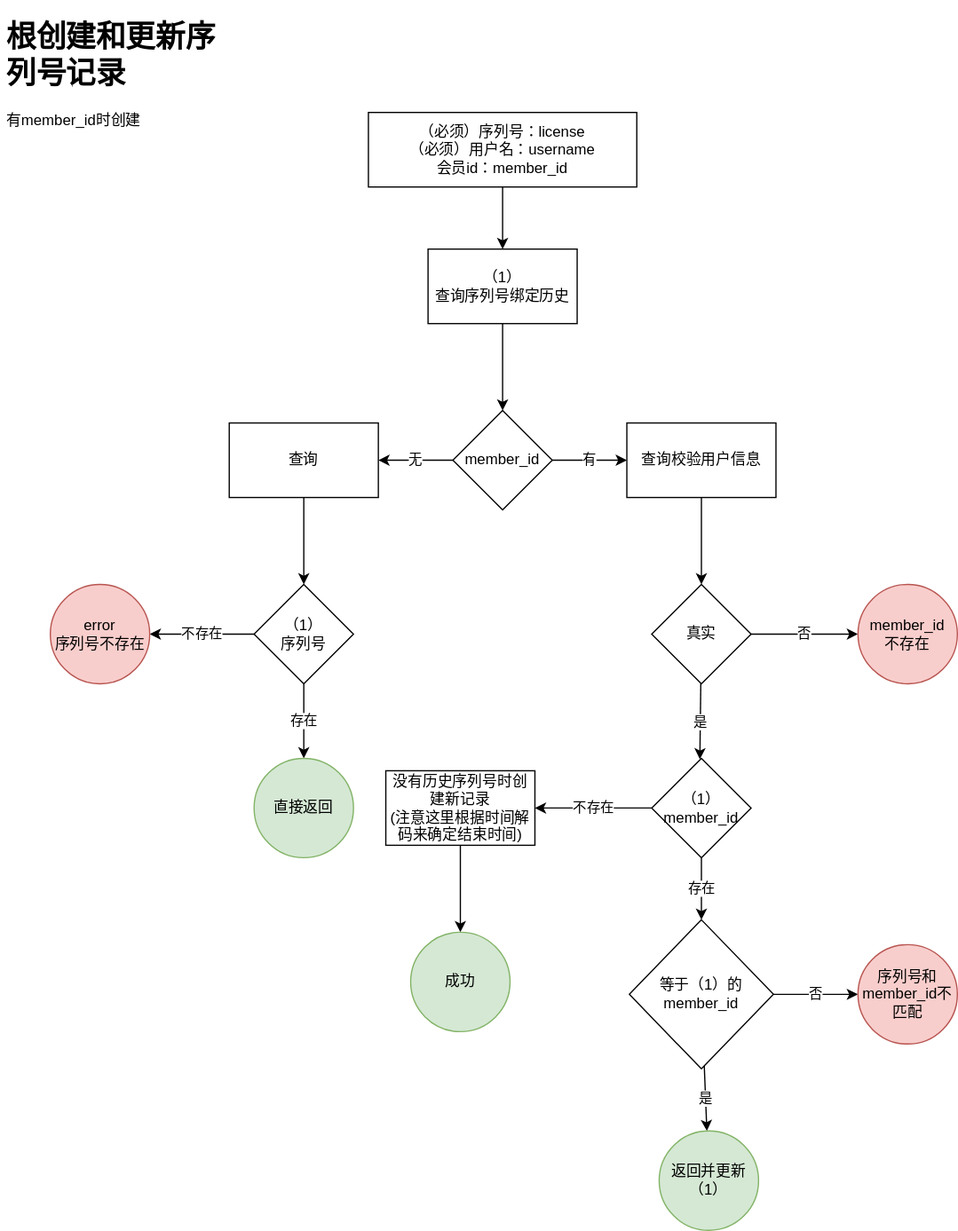
This is dawenxiArt/CUSerialCode.svg from eightfeet/mind, a draw.io export, as it was before one commit. Source tidied: cells renumbered, new cells last; positions are measured from the earlier drawing's top-left corner, leaving out a move shared by most shapes. The source it was exported from:
```xml
<mxGraphModel>
  <root>
    <mxCell id="0" />
    <mxCell id="1" parent="0" />
    <mxCell id="2" style="edgeStyle=none;html=1;" parent="1" edge="1" source="3" target="6">
      <mxGeometry relative="1" as="geometry" />
    </mxCell>
    <mxCell id="3" value="（必须）序列号：license&lt;br&gt;（必须）用户名：username&lt;br&gt;会员id：member_id" style="rounded=0;whiteSpace=wrap;html=1;" parent="1" vertex="1">
      <mxGeometry x="296" y="80" width="216" height="60" as="geometry" />
    </mxCell>
    <mxCell id="4" value="&lt;h1&gt;根创建和更新序列号记录&lt;/h1&gt;&lt;p&gt;有member_id时创建&lt;/p&gt;" style="text;html=1;strokeColor=none;fillColor=none;spacing=5;spacingTop=-20;whiteSpace=wrap;overflow=hidden;rounded=0;" parent="1" vertex="1">
      <mxGeometry width="190" height="120" as="geometry" />
    </mxCell>
    <mxCell id="5" style="edgeStyle=none;html=1;" parent="1" edge="1" source="6" target="9">
      <mxGeometry relative="1" as="geometry" />
    </mxCell>
    <mxCell id="6" value="（1）&lt;br&gt;查询序列号绑定历史" style="whiteSpace=wrap;html=1;rounded=0;" parent="1" vertex="1">
      <mxGeometry x="344" y="190" width="120" height="60" as="geometry" />
    </mxCell>
    <mxCell id="7" value="无" style="edgeStyle=none;html=1;" parent="1" edge="1" source="9" target="11">
      <mxGeometry relative="1" as="geometry" />
    </mxCell>
    <mxCell id="8" value="有" style="edgeStyle=none;html=1;" parent="1" edge="1" source="9" target="13">
      <mxGeometry relative="1" as="geometry" />
    </mxCell>
    <mxCell id="9" value="member_id" style="rhombus;whiteSpace=wrap;html=1;rounded=0;" parent="1" vertex="1">
      <mxGeometry x="364" y="320" width="80" height="80" as="geometry" />
    </mxCell>
    <mxCell id="10" style="edgeStyle=none;html=1;" parent="1" edge="1" source="11" target="16">
      <mxGeometry relative="1" as="geometry" />
    </mxCell>
    <mxCell id="11" value="查询" style="whiteSpace=wrap;html=1;rounded=0;" parent="1" vertex="1">
      <mxGeometry x="184" y="330" width="120" height="60" as="geometry" />
    </mxCell>
    <mxCell id="12" style="edgeStyle=none;html=1;" parent="1" edge="1" source="13" target="21">
      <mxGeometry relative="1" as="geometry" />
    </mxCell>
    <mxCell id="13" value="查询校验用户信息" style="whiteSpace=wrap;html=1;rounded=0;" parent="1" vertex="1">
      <mxGeometry x="504" y="330" width="120" height="60" as="geometry" />
    </mxCell>
    <mxCell id="14" value="存在" style="edgeStyle=none;html=1;" parent="1" edge="1" source="16" target="17">
      <mxGeometry relative="1" as="geometry" />
    </mxCell>
    <mxCell id="15" value="不存在" style="edgeStyle=none;html=1;entryX=1;entryY=0.5;entryDx=0;entryDy=0;" parent="1" edge="1" target="18">
      <mxGeometry relative="1" as="geometry">
        <mxPoint x="204" y="500" as="sourcePoint" />
      </mxGeometry>
    </mxCell>
    <mxCell id="16" value="（1）&lt;br&gt;序列号" style="rhombus;whiteSpace=wrap;html=1;rounded=0;" parent="1" vertex="1">
      <mxGeometry x="204" y="460" width="80" height="80" as="geometry" />
    </mxCell>
    <mxCell id="17" value="直接返回" style="ellipse;whiteSpace=wrap;html=1;rounded=0;fillColor=#d5e8d4;strokeColor=#82b366;" parent="1" vertex="1">
      <mxGeometry x="204" y="600" width="80" height="80" as="geometry" />
    </mxCell>
    <mxCell id="18" value="error&lt;br&gt;序列号不存在" style="ellipse;whiteSpace=wrap;html=1;fillColor=#f8cecc;strokeColor=#b85450;" parent="1" vertex="1">
      <mxGeometry x="40" y="460" width="80" height="80" as="geometry" />
    </mxCell>
    <mxCell id="19" value="是" style="edgeStyle=none;html=1;" parent="1" edge="1" source="21">
      <mxGeometry relative="1" as="geometry">
        <mxPoint x="562.7" y="600.8" as="targetPoint" />
      </mxGeometry>
    </mxCell>
    <mxCell id="20" value="否" style="edgeStyle=none;html=1;exitX=1;exitY=0.5;exitDx=0;exitDy=0;" parent="1" edge="1" source="21" target="33">
      <mxGeometry relative="1" as="geometry" />
    </mxCell>
    <mxCell id="21" value="真实" style="rhombus;whiteSpace=wrap;html=1;rounded=0;" parent="1" vertex="1">
      <mxGeometry x="524" y="460" width="80" height="80" as="geometry" />
    </mxCell>
    <mxCell id="22" value="存在" style="edgeStyle=none;html=1;exitX=0.5;exitY=1;exitDx=0;exitDy=0;" parent="1" edge="1" source="24" target="27">
      <mxGeometry relative="1" as="geometry" />
    </mxCell>
    <mxCell id="23" value="不存在" style="edgeStyle=none;html=1;exitX=0;exitY=0.5;exitDx=0;exitDy=0;entryX=1;entryY=0.5;entryDx=0;entryDy=0;" parent="1" edge="1" source="24" target="31">
      <mxGeometry relative="1" as="geometry" />
    </mxCell>
    <mxCell id="24" value="（1）&lt;br style=&quot;border-color: var(--border-color);&quot;&gt;member_id" style="rhombus;whiteSpace=wrap;html=1;" parent="1" vertex="1">
      <mxGeometry x="524" y="600" width="80" height="80" as="geometry" />
    </mxCell>
    <mxCell id="25" value="是" style="edgeStyle=none;html=1;" parent="1" edge="1" source="27" target="28">
      <mxGeometry relative="1" as="geometry" />
    </mxCell>
    <mxCell id="26" value="否" style="edgeStyle=none;html=1;" parent="1" edge="1" source="27" target="29">
      <mxGeometry relative="1" as="geometry" />
    </mxCell>
    <mxCell id="27" value="等于（1）的&lt;br&gt;member_id" style="rhombus;whiteSpace=wrap;html=1;rounded=0;" parent="1" vertex="1">
      <mxGeometry x="506" y="730" width="116" height="120" as="geometry" />
    </mxCell>
    <mxCell id="28" value="返回并更新（1）" style="ellipse;whiteSpace=wrap;html=1;rounded=0;fillColor=#d5e8d4;strokeColor=#82b366;" parent="1" vertex="1">
      <mxGeometry x="530" y="900" width="80" height="80" as="geometry" />
    </mxCell>
    <mxCell id="29" value="序列号和member_id不匹配" style="ellipse;whiteSpace=wrap;html=1;rounded=0;fillColor=#f8cecc;strokeColor=#b85450;" parent="1" vertex="1">
      <mxGeometry x="690" y="750" width="80" height="80" as="geometry" />
    </mxCell>
    <mxCell id="30" style="edgeStyle=none;html=1;" parent="1" edge="1" source="31" target="32">
      <mxGeometry relative="1" as="geometry" />
    </mxCell>
    <mxCell id="31" value="没有历史序列号时创建新记录&lt;br&gt;(注意这里根据时间解码来确定结束时间)" style="whiteSpace=wrap;html=1;" parent="1" vertex="1">
      <mxGeometry x="310" y="610" width="120" height="60" as="geometry" />
    </mxCell>
    <mxCell id="32" value="成功" style="ellipse;whiteSpace=wrap;html=1;fillColor=#d5e8d4;strokeColor=#82b366;" parent="1" vertex="1">
      <mxGeometry x="330" y="740" width="80" height="80" as="geometry" />
    </mxCell>
    <mxCell id="33" value="member_id&lt;br&gt;不存在" style="ellipse;whiteSpace=wrap;html=1;rounded=0;fillColor=#f8cecc;strokeColor=#b85450;" parent="1" vertex="1">
      <mxGeometry x="690" y="460" width="80" height="80" as="geometry" />
    </mxCell>
  </root>
</mxGraphModel>
```
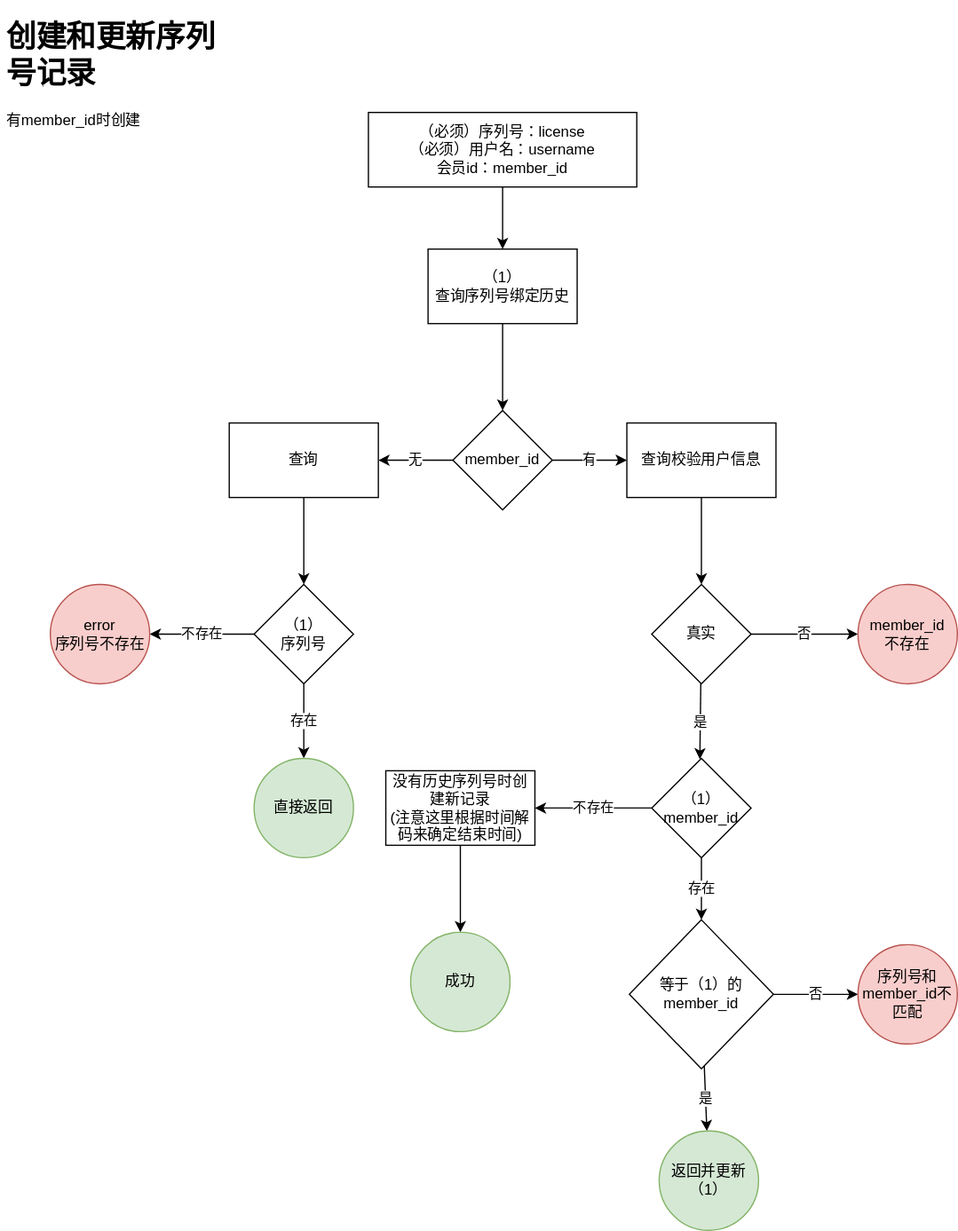
The same file after the commit.

Diff of the diagram source:
```diff
@@ -8,7 +8,7 @@
     <mxCell id="3" value="（必须）序列号：license&lt;br&gt;（必须）用户名：username&lt;br&gt;会员id：member_id" style="rounded=0;whiteSpace=wrap;html=1;" parent="1" vertex="1">
       <mxGeometry x="296" y="80" width="216" height="60" as="geometry" />
     </mxCell>
-    <mxCell id="4" value="&lt;h1&gt;根创建和更新序列号记录&lt;/h1&gt;&lt;p&gt;有member_id时创建&lt;/p&gt;" style="text;html=1;strokeColor=none;fillColor=none;spacing=5;spacingTop=-20;whiteSpace=wrap;overflow=hidden;rounded=0;" parent="1" vertex="1">
+    <mxCell id="4" value="&lt;h1&gt;创建和更新序列号记录&lt;/h1&gt;&lt;p&gt;有member_id时创建&lt;/p&gt;" style="text;html=1;strokeColor=none;fillColor=none;spacing=5;spacingTop=-20;whiteSpace=wrap;overflow=hidden;rounded=0;" parent="1" vertex="1">
       <mxGeometry width="190" height="120" as="geometry" />
     </mxCell>
     <mxCell id="5" style="edgeStyle=none;html=1;" parent="1" edge="1" source="6" target="9">
```
